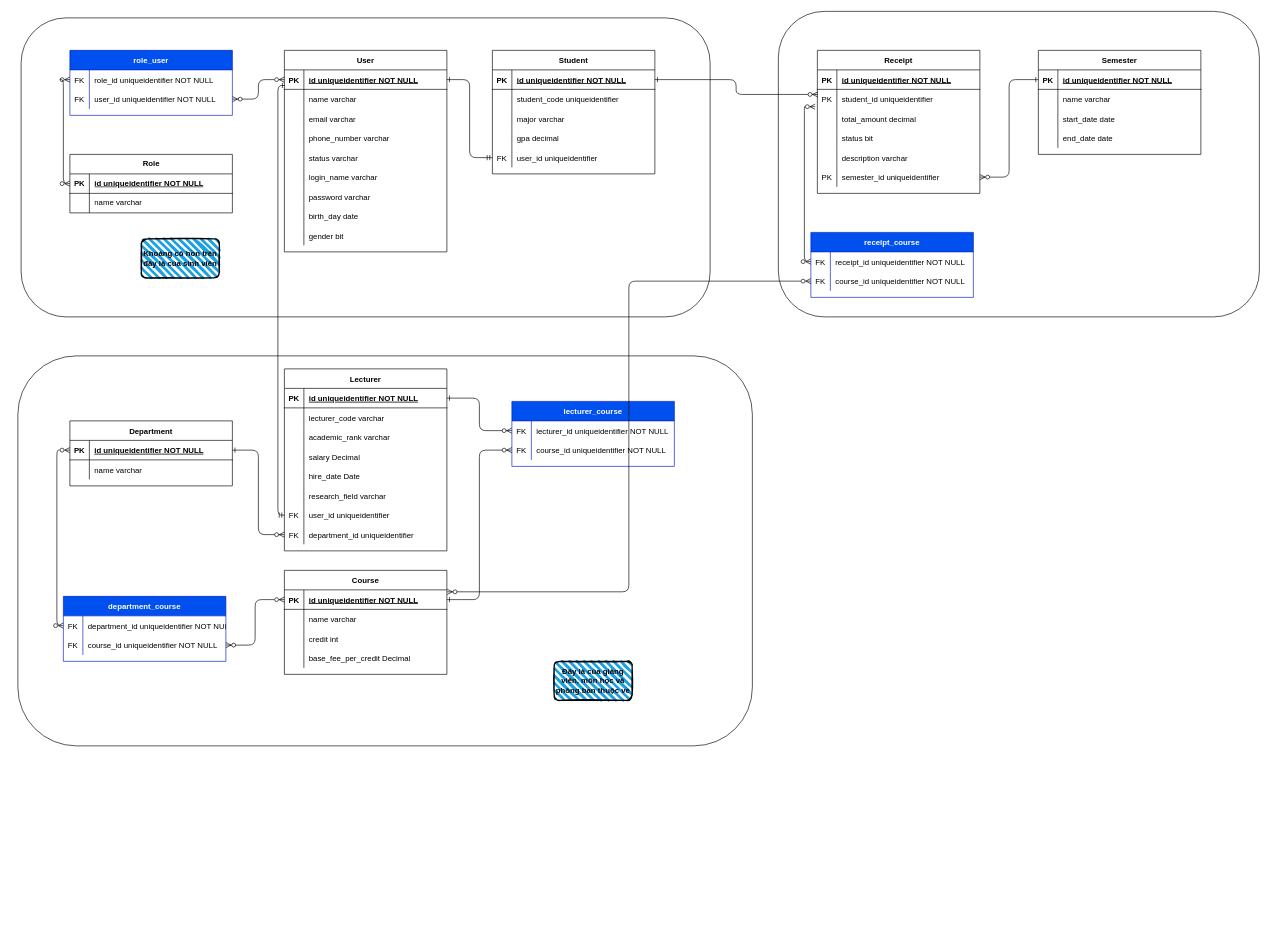
Before: db/analysis.drawio in TronkIshere/Information-Systems-Analysis, a draw.io diagram. Source tidied: cells renumbered, new cells numbered last; positions are measured from the earlier drawing's top-left corner, leaving out a move shared by most shapes. Both pictures are drawn from the tidied source at 65%, with x=0, y=0 at pixel (18, 11).
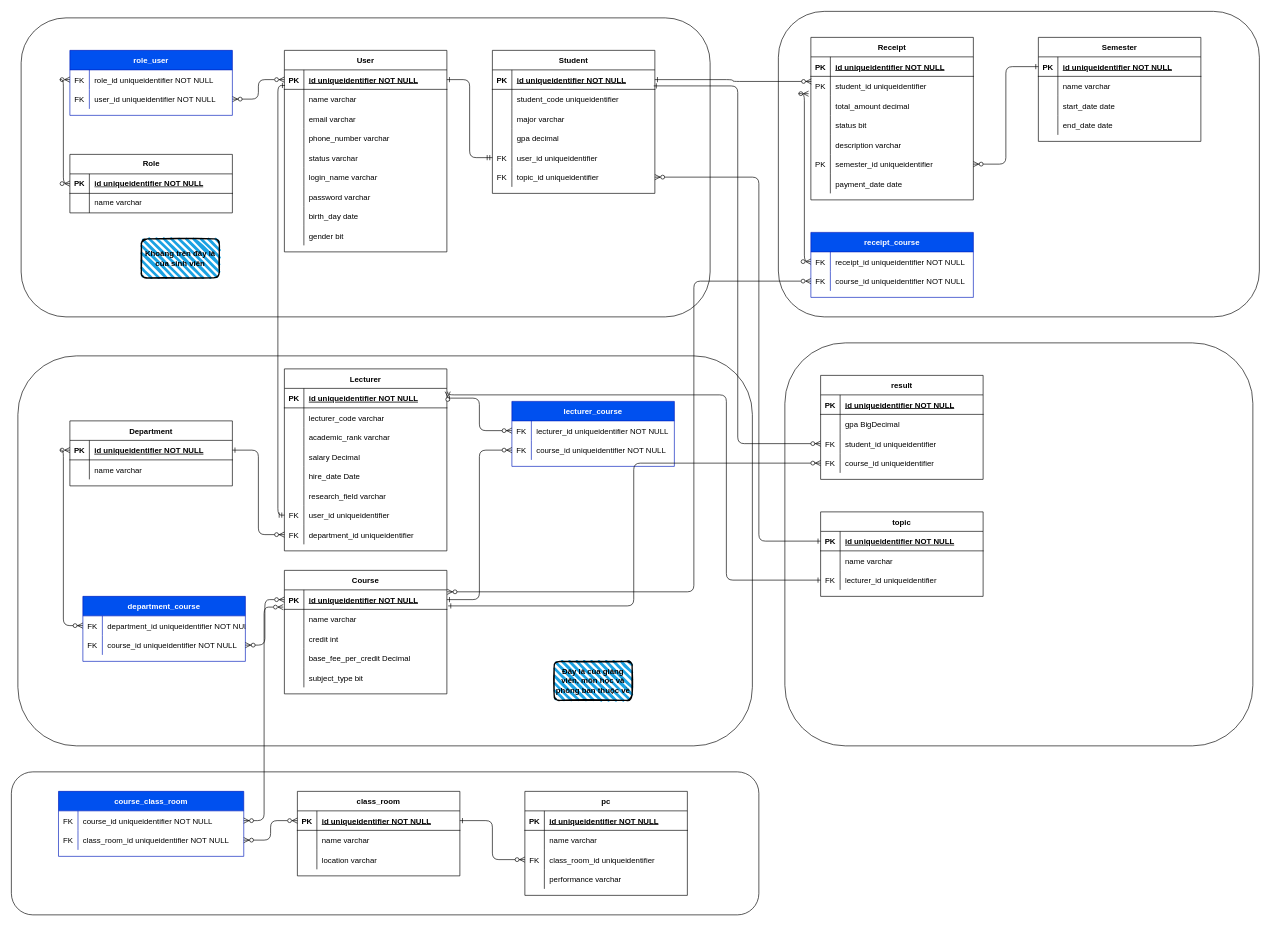
After the change.

Unchanged cells that the change refers to:
```xml
<mxCell id="35" style="shape=partialRectangle;fillColor=none;points=[[0,0.5],[1,0.5]];portConstraint=eastwest;top=0;left=0;right=0;bottom=1;" parent="34" vertex="1">
  <mxGeometry y="30" width="250" height="30" as="geometry" />
</mxCell>
<mxCell id="70" style="shape=partialRectangle;fillColor=none;points=[[0,0.5],[1,0.5]];portConstraint=eastwest;top=0;left=0;right=0;bottom=1;" parent="69" vertex="1">
  <mxGeometry y="30" width="250" height="30" as="geometry" />
</mxCell>
<mxCell id="115" style="shape=partialRectangle;fillColor=none;points=[[0,0.5],[1,0.5]];portConstraint=eastwest;top=0;left=0;right=0;bottom=1;" parent="114" vertex="1">
  <mxGeometry y="30" width="250" height="30" as="geometry" />
</mxCell>
<mxCell id="171" style="shape=tableRow;horizontal=0;startSize=0;swimlaneHead=0;swimlaneBody=0;fillColor=none;points=[[0,0.5],[1,0.5]];portConstraint=eastwest;top=0;left=0;right=0;bottom=0;" parent="167" vertex="1">
  <mxGeometry y="60" width="250" height="30" as="geometry" />
</mxCell>
```

Diff of the diagram source:
```diff
@@
+    <mxCell id="176" style="rounded=1;whiteSpace=wrap;html=1;" parent="1" vertex="1">
+      <mxGeometry x="-10" y="1170" width="1150" height="220" as="geometry" />
+    </mxCell>
+    <mxCell id="177" style="rounded=1;whiteSpace=wrap;html=1;" parent="1" vertex="1">
+      <mxGeometry x="1180" y="510" width="720" height="620" as="geometry" />
+    </mxCell>
@@
     <mxCell id="34" value="Course" style="shape=table;startSize=30;childLayout=tableLayout;rowLines=0;fontStyle=1;align=center;" parent="1" vertex="1">
-      <mxGeometry x="410" y="860" width="250" height="160" as="geometry" />
+      <mxGeometry x="410" y="860" width="250" height="190" as="geometry" />
     </mxCell>
@@
+    <mxCell id="178" style="shape=tableRow;horizontal=0;startSize=0;swimlaneHead=0;swimlaneBody=0;fillColor=none;top=0;left=0;right=0;bottom=0;" parent="34" vertex="1">
+      <mxGeometry y="150" width="250" height="30" as="geometry" />
+    </mxCell>
+    <mxCell id="179" style="shape=partialRectangle;fillColor=none;top=0;left=0;bottom=0;right=0;overflow=hidden;" parent="178" vertex="1">
+      <mxGeometry width="30" height="30" as="geometry" />
+    </mxCell>
+    <mxCell id="180" value="subject_type bit" style="shape=partialRectangle;fillColor=none;top=0;left=0;bottom=0;right=0;align=left;spacingLeft=6;overflow=hidden;" parent="178" vertex="1">
+      <mxGeometry x="30" width="220" height="30" as="geometry" />
+    </mxCell>
@@
     <mxCell id="103" value="department_course" style="shape=table;startSize=30;childLayout=tableLayout;rowLines=0;fontStyle=1;align=center;fillColor=#0050ef;fontColor=#ffffff;strokeColor=#001DBC;" parent="1" vertex="1">
-      <mxGeometry x="70" y="900" width="250" height="100" as="geometry" />
+      <mxGeometry x="100" y="900" width="250" height="100" as="geometry" />
     </mxCell>
@@
     <mxCell id="114" value="Student" style="shape=table;startSize=30;childLayout=tableLayout;rowLines=0;fontStyle=1;align=center;" parent="1" vertex="1">
-      <mxGeometry x="730" y="60" width="250" height="190" as="geometry" />
+      <mxGeometry x="730" y="60" width="250" height="220" as="geometry" />
     </mxCell>
@@
+    <mxCell id="181" style="shape=tableRow;horizontal=0;startSize=0;swimlaneHead=0;swimlaneBody=0;fillColor=none;points=[[0,0.5],[1,0.5]];portConstraint=eastwest;top=0;left=0;right=0;bottom=0;" parent="114" vertex="1">
+      <mxGeometry y="180" width="250" height="30" as="geometry" />
+    </mxCell>
+    <mxCell id="182" value="FK" style="shape=partialRectangle;fillColor=none;top=0;left=0;bottom=0;right=0;overflow=hidden;" parent="181" vertex="1">
+      <mxGeometry width="30" height="30" as="geometry" />
+    </mxCell>
+    <mxCell id="183" value="topic_id uniqueidentifier" style="shape=partialRectangle;fillColor=none;top=0;left=0;bottom=0;right=0;align=left;spacingLeft=6;overflow=hidden;" parent="181" vertex="1">
+      <mxGeometry x="30" width="220" height="30" as="geometry" />
+    </mxCell>
@@
     <mxCell id="131" value="Semester" style="shape=table;startSize=30;childLayout=tableLayout;rowLines=0;fontStyle=1;align=center;" parent="1" vertex="1">
-      <mxGeometry x="1570" y="60" width="250" height="160" as="geometry" />
+      <mxGeometry x="1570" y="40" width="250" height="160" as="geometry" />
     </mxCell>
@@
-    <mxCell id="144" value="&lt;b&gt;Khoảng cô hồn trên đây là của sinh viên&lt;/b&gt;" style="rounded=1;whiteSpace=wrap;html=1;strokeWidth=2;fillWeight=4;hachureGap=8;hachureAngle=45;fillColor=#1ba1e2;sketch=1;" parent="1" vertex="1">
+    <mxCell id="144" value="&lt;b&gt;Khoảng trên đây là của sinh viên&lt;/b&gt;" style="rounded=1;whiteSpace=wrap;html=1;strokeWidth=2;fillWeight=4;hachureGap=8;hachureAngle=45;fillColor=#1ba1e2;sketch=1;" parent="1" vertex="1">
       <mxGeometry x="190" y="350" width="120" height="60" as="geometry" />
     </mxCell>
@@
     <mxCell id="146" value="Receipt" style="shape=table;startSize=30;childLayout=tableLayout;rowLines=0;fontStyle=1;align=center;" parent="1" vertex="1">
-      <mxGeometry x="1230" y="60" width="250" height="220" as="geometry" />
+      <mxGeometry x="1220" y="40" width="250" height="250" as="geometry" />
     </mxCell>
@@
+    <mxCell id="184" style="shape=tableRow;horizontal=0;startSize=0;swimlaneHead=0;swimlaneBody=0;fillColor=none;top=0;left=0;right=0;bottom=0;" parent="146" vertex="1">
+      <mxGeometry y="210" width="250" height="30" as="geometry" />
+    </mxCell>
+    <mxCell id="185" style="shape=partialRectangle;fillColor=none;top=0;left=0;bottom=0;right=0;overflow=hidden;" parent="184" vertex="1">
+      <mxGeometry width="30" height="30" as="geometry" />
+    </mxCell>
+    <mxCell id="186" value="payment_date date" style="shape=partialRectangle;fillColor=none;top=0;left=0;bottom=0;right=0;align=left;spacingLeft=6;overflow=hidden;" parent="184" vertex="1">
+      <mxGeometry x="30" width="220" height="30" as="geometry" />
+    </mxCell>
@@
     <mxCell id="175" style="endArrow=ERzeroToMany;startArrow=ERzeroToMany;endFill=1;startFill=0;edgeStyle=orthogonalEdgeStyle;entryX=1.002;entryY=0.1;entryDx=0;entryDy=0;entryPerimeter=0;" parent="1" edge="1" source="171" target="35">
-      <mxGeometry relative="1" as="geometry" />
+      <mxGeometry relative="1" as="geometry">
+        <Array as="points">
+          <mxPoint x="1040" y="415" />
+          <mxPoint x="1040" y="893" />
+        </Array>
+      </mxGeometry>
     </mxCell>
+    <mxCell id="187" value="result" style="shape=table;startSize=30;childLayout=tableLayout;rowLines=0;fontStyle=1;align=center;" parent="1" vertex="1">
+      <mxGeometry x="1235" y="560" width="250" height="160" as="geometry" />
+    </mxCell>
+    <mxCell id="188" style="shape=partialRectangle;fillColor=none;top=0;left=0;right=0;bottom=1;" parent="187" vertex="1">
+      <mxGeometry y="30" width="250" height="30" as="geometry" />
+    </mxCell>
+    <mxCell id="189" value="PK" style="shape=partialRectangle;overflow=hidden;fillColor=none;top=0;left=0;bottom=0;right=0;fontStyle=1;" parent="188" vertex="1">
+      <mxGeometry width="30" height="30" as="geometry" />
+    </mxCell>
+    <mxCell id="190" value="id uniqueidentifier NOT NULL " style="shape=partialRectangle;overflow=hidden;fillColor=none;top=0;left=0;bottom=0;right=0;align=left;spacingLeft=6;fontStyle=5;" parent="188" vertex="1">
+      <mxGeometry x="30" width="220" height="30" as="geometry" />
+    </mxCell>
+    <mxCell id="191" style="shape=partialRectangle;fillColor=none;top=0;left=0;right=0;bottom=0;" parent="187" vertex="1">
+      <mxGeometry y="60" width="250" height="30" as="geometry" />
+    </mxCell>
+    <mxCell id="192" style="shape=partialRectangle;overflow=hidden;fillColor=none;top=0;left=0;bottom=0;right=0;" parent="191" vertex="1">
+      <mxGeometry width="30" height="30" as="geometry" />
+    </mxCell>
+    <mxCell id="193" value="gpa BigDecimal" style="shape=partialRectangle;overflow=hidden;fillColor=none;top=0;left=0;bottom=0;right=0;align=left;spacingLeft=6;" parent="191" vertex="1">
+      <mxGeometry x="30" width="220" height="30" as="geometry" />
+    </mxCell>
+    <mxCell id="194" style="shape=tableRow;horizontal=0;startSize=0;swimlaneHead=0;swimlaneBody=0;fillColor=none;points=[[0,0.5],[1,0.5]];portConstraint=eastwest;top=0;left=0;right=0;bottom=0;" parent="187" vertex="1">
+      <mxGeometry y="90" width="250" height="30" as="geometry" />
+    </mxCell>
+    <mxCell id="195" value="FK" style="shape=partialRectangle;fillColor=none;top=0;left=0;bottom=0;right=0;overflow=hidden;" parent="194" vertex="1">
+      <mxGeometry width="30" height="30" as="geometry" />
+    </mxCell>
+    <mxCell id="196" value="student_id uniqueidentifier" style="shape=partialRectangle;fillColor=none;top=0;left=0;bottom=0;right=0;align=left;spacingLeft=6;overflow=hidden;" parent="194" vertex="1">
+      <mxGeometry x="30" width="220" height="30" as="geometry" />
+    </mxCell>
+    <mxCell id="197" style="shape=tableRow;horizontal=0;startSize=0;swimlaneHead=0;swimlaneBody=0;fillColor=none;points=[[0,0.5],[1,0.5]];portConstraint=eastwest;top=0;left=0;right=0;bottom=0;" parent="187" vertex="1">
+      <mxGeometry y="120" width="250" height="30" as="geometry" />
+    </mxCell>
+    <mxCell id="198" value="FK" style="shape=partialRectangle;fillColor=none;top=0;left=0;bottom=0;right=0;overflow=hidden;" parent="197" vertex="1">
+      <mxGeometry width="30" height="30" as="geometry" />
+    </mxCell>
+    <mxCell id="199" value="course_id uniqueidentifier" style="shape=partialRectangle;fillColor=none;top=0;left=0;bottom=0;right=0;align=left;spacingLeft=6;overflow=hidden;" parent="197" vertex="1">
+      <mxGeometry x="30" width="220" height="30" as="geometry" />
+    </mxCell>
+    <mxCell id="200" style="endArrow=ERzeroToMany;startArrow=ERone;endFill=1;startFill=0;exitX=0.993;exitY=0.822;exitDx=0;exitDy=0;edgeStyle=orthogonalEdgeStyle;exitPerimeter=0;entryX=0;entryY=0.5;entryDx=0;entryDy=0;" parent="1" edge="1" source="115" target="194">
+      <mxGeometry relative="1" as="geometry" />
+    </mxCell>
+    <mxCell id="201" style="endArrow=ERzeroToMany;startArrow=ERone;endFill=1;startFill=0;exitX=1.008;exitY=0.822;exitDx=0;exitDy=0;edgeStyle=orthogonalEdgeStyle;exitPerimeter=0;entryX=0;entryY=0.5;entryDx=0;entryDy=0;" parent="1" edge="1" source="35" target="197">
+      <mxGeometry relative="1" as="geometry" />
+    </mxCell>
+    <mxCell id="202" value="class_room" style="shape=table;startSize=30;childLayout=tableLayout;rowLines=0;fontStyle=1;align=center;" parent="1" vertex="1">
+      <mxGeometry x="430" y="1200" width="250" height="130" as="geometry" />
+    </mxCell>
+    <mxCell id="203" style="shape=partialRectangle;fillColor=none;points=[[0,0.5],[1,0.5]];portConstraint=eastwest;top=0;left=0;right=0;bottom=1;" parent="202" vertex="1">
+      <mxGeometry y="30" width="250" height="30" as="geometry" />
+    </mxCell>
+    <mxCell id="204" value="PK" style="shape=partialRectangle;overflow=hidden;fillColor=none;top=0;left=0;bottom=0;right=0;fontStyle=1;" parent="203" vertex="1">
+      <mxGeometry width="30" height="30" as="geometry" />
+    </mxCell>
+    <mxCell id="205" value="id uniqueidentifier NOT NULL " style="shape=partialRectangle;overflow=hidden;fillColor=none;top=0;left=0;bottom=0;right=0;align=left;spacingLeft=6;fontStyle=5;" parent="203" vertex="1">
+      <mxGeometry x="30" width="220" height="30" as="geometry" />
+    </mxCell>
+    <mxCell id="206" style="shape=partialRectangle;fillColor=none;top=0;left=0;right=0;bottom=0;" parent="202" vertex="1">
+      <mxGeometry y="60" width="250" height="30" as="geometry" />
+    </mxCell>
+    <mxCell id="207" style="shape=partialRectangle;overflow=hidden;fillColor=none;top=0;left=0;bottom=0;right=0;" parent="206" vertex="1">
+      <mxGeometry width="30" height="30" as="geometry" />
+    </mxCell>
+    <mxCell id="208" value="name varchar" style="shape=partialRectangle;overflow=hidden;fillColor=none;top=0;left=0;bottom=0;right=0;align=left;spacingLeft=6;" parent="206" vertex="1">
+      <mxGeometry x="30" width="220" height="30" as="geometry" />
+    </mxCell>
+    <mxCell id="209" style="shape=tableRow;horizontal=0;startSize=0;swimlaneHead=0;swimlaneBody=0;fillColor=none;top=0;left=0;right=0;bottom=0;" parent="202" vertex="1">
+      <mxGeometry y="90" width="250" height="30" as="geometry" />
+    </mxCell>
+    <mxCell id="210" style="shape=partialRectangle;fillColor=none;top=0;left=0;bottom=0;right=0;overflow=hidden;" parent="209" vertex="1">
+      <mxGeometry width="30" height="30" as="geometry" />
+    </mxCell>
+    <mxCell id="211" value="location varchar" style="shape=partialRectangle;fillColor=none;top=0;left=0;bottom=0;right=0;align=left;spacingLeft=6;overflow=hidden;" parent="209" vertex="1">
+      <mxGeometry x="30" width="220" height="30" as="geometry" />
+    </mxCell>
+    <mxCell id="212" value="pc" style="shape=table;startSize=30;childLayout=tableLayout;rowLines=0;fontStyle=1;align=center;" parent="1" vertex="1">
+      <mxGeometry x="780" y="1200" width="250" height="160" as="geometry" />
+    </mxCell>
+    <mxCell id="213" style="shape=partialRectangle;fillColor=none;top=0;left=0;right=0;bottom=1;" parent="212" vertex="1">
+      <mxGeometry y="30" width="250" height="30" as="geometry" />
+    </mxCell>
+    <mxCell id="214" value="PK" style="shape=partialRectangle;overflow=hidden;fillColor=none;top=0;left=0;bottom=0;right=0;fontStyle=1;" parent="213" vertex="1">
+      <mxGeometry width="30" height="30" as="geometry" />
+    </mxCell>
+    <mxCell id="215" value="id uniqueidentifier NOT NULL " style="shape=partialRectangle;overflow=hidden;fillColor=none;top=0;left=0;bottom=0;right=0;align=left;spacingLeft=6;fontStyle=5;" parent="213" vertex="1">
+      <mxGeometry x="30" width="220" height="30" as="geometry" />
+    </mxCell>
+    <mxCell id="216" style="shape=partialRectangle;fillColor=none;top=0;left=0;right=0;bottom=0;" parent="212" vertex="1">
+      <mxGeometry y="60" width="250" height="30" as="geometry" />
+    </mxCell>
+    <mxCell id="217" style="shape=partialRectangle;overflow=hidden;fillColor=none;top=0;left=0;bottom=0;right=0;" parent="216" vertex="1">
+      <mxGeometry width="30" height="30" as="geometry" />
+    </mxCell>
+    <mxCell id="218" value="name varchar" style="shape=partialRectangle;overflow=hidden;fillColor=none;top=0;left=0;bottom=0;right=0;align=left;spacingLeft=6;" parent="216" vertex="1">
+      <mxGeometry x="30" width="220" height="30" as="geometry" />
+    </mxCell>
+    <mxCell id="219" style="shape=tableRow;horizontal=0;startSize=0;swimlaneHead=0;swimlaneBody=0;fillColor=none;points=[[0,0.5],[1,0.5]];portConstraint=eastwest;top=0;left=0;right=0;bottom=0;" parent="212" vertex="1">
+      <mxGeometry y="90" width="250" height="30" as="geometry" />
+    </mxCell>
+    <mxCell id="220" value="FK" style="shape=partialRectangle;fillColor=none;top=0;left=0;bottom=0;right=0;overflow=hidden;" parent="219" vertex="1">
+      <mxGeometry width="30" height="30" as="geometry" />
+    </mxCell>
+    <mxCell id="221" value="class_room_id uniqueidentifier" style="shape=partialRectangle;fillColor=none;top=0;left=0;bottom=0;right=0;align=left;spacingLeft=6;overflow=hidden;" parent="219" vertex="1">
+      <mxGeometry x="30" width="220" height="30" as="geometry" />
+    </mxCell>
+    <mxCell id="222" style="shape=tableRow;horizontal=0;startSize=0;swimlaneHead=0;swimlaneBody=0;fillColor=none;top=0;left=0;right=0;bottom=0;" parent="212" vertex="1">
+      <mxGeometry y="120" width="250" height="30" as="geometry" />
+    </mxCell>
+    <mxCell id="223" style="shape=partialRectangle;fillColor=none;top=0;left=0;bottom=0;right=0;overflow=hidden;" parent="222" vertex="1">
+      <mxGeometry width="30" height="30" as="geometry" />
+    </mxCell>
+    <mxCell id="224" value="performance varchar" style="shape=partialRectangle;fillColor=none;top=0;left=0;bottom=0;right=0;align=left;spacingLeft=6;overflow=hidden;" parent="222" vertex="1">
+      <mxGeometry x="30" width="220" height="30" as="geometry" />
+    </mxCell>
+    <mxCell id="225" style="endArrow=ERzeroToMany;startArrow=ERone;endFill=1;startFill=0;exitX=1;exitY=0.5;exitDx=0;exitDy=0;edgeStyle=orthogonalEdgeStyle;entryX=0;entryY=0.5;entryDx=0;entryDy=0;" parent="1" edge="1" source="203" target="219">
+      <mxGeometry relative="1" as="geometry" />
+    </mxCell>
+    <mxCell id="226" value="course_class_room" style="shape=table;startSize=30;childLayout=tableLayout;rowLines=0;fontStyle=1;align=center;fillColor=#0050ef;fontColor=#ffffff;strokeColor=#001DBC;" parent="1" vertex="1">
+      <mxGeometry x="62.5" y="1200" width="285" height="100" as="geometry" />
+    </mxCell>
+    <mxCell id="227" style="shape=tableRow;horizontal=0;startSize=0;swimlaneHead=0;swimlaneBody=0;fillColor=none;points=[[0,0.5],[1,0.5]];portConstraint=eastwest;top=0;left=0;right=0;bottom=0;" parent="226" vertex="1">
+      <mxGeometry y="30" width="285" height="30" as="geometry" />
+    </mxCell>
+    <mxCell id="228" value="FK" style="shape=partialRectangle;fillColor=none;top=0;left=0;bottom=0;right=0;overflow=hidden;fontStyle=0;" parent="227" vertex="1">
+      <mxGeometry width="30" height="30" as="geometry" />
+    </mxCell>
+    <mxCell id="229" value="course_id uniqueidentifier NOT NULL" style="shape=partialRectangle;fillColor=none;top=0;left=0;bottom=0;right=0;align=left;spacingLeft=6;overflow=hidden;fontStyle=0;" parent="227" vertex="1">
+      <mxGeometry x="30" width="255" height="30" as="geometry" />
+    </mxCell>
+    <mxCell id="230" style="shape=tableRow;horizontal=0;startSize=0;swimlaneHead=0;swimlaneBody=0;fillColor=none;points=[[0,0.5],[1,0.5]];portConstraint=eastwest;top=0;left=0;right=0;bottom=0;" parent="226" vertex="1">
+      <mxGeometry y="60" width="285" height="30" as="geometry" />
+    </mxCell>
+    <mxCell id="231" value="FK" style="shape=partialRectangle;fillColor=none;top=0;left=0;bottom=0;right=0;overflow=hidden;" parent="230" vertex="1">
+      <mxGeometry width="30" height="30" as="geometry" />
+    </mxCell>
+    <mxCell id="232" value="class_room_id uniqueidentifier NOT NULL" style="shape=partialRectangle;fillColor=none;top=0;left=0;bottom=0;right=0;align=left;spacingLeft=6;overflow=hidden;" parent="230" vertex="1">
+      <mxGeometry x="30" width="255" height="30" as="geometry" />
+    </mxCell>
+    <mxCell id="233" style="endArrow=ERzeroToMany;startArrow=ERzeroToMany;endFill=1;startFill=0;edgeStyle=orthogonalEdgeStyle;entryX=1;entryY=0.5;entryDx=0;entryDy=0;exitX=-0.007;exitY=0.883;exitDx=0;exitDy=0;exitPerimeter=0;" parent="1" edge="1" source="35" target="227">
+      <mxGeometry relative="1" as="geometry" />
+    </mxCell>
+    <mxCell id="234" style="endArrow=ERzeroToMany;startArrow=ERzeroToMany;endFill=1;startFill=0;edgeStyle=orthogonalEdgeStyle;entryX=1;entryY=0.5;entryDx=0;entryDy=0;exitX=0;exitY=0.5;exitDx=0;exitDy=0;" parent="1" edge="1" source="203" target="230">
+      <mxGeometry relative="1" as="geometry" />
+    </mxCell>
+    <mxCell id="235" value="topic" style="shape=table;startSize=30;childLayout=tableLayout;rowLines=0;fontStyle=1;align=center;" parent="1" vertex="1">
+      <mxGeometry x="1235" y="770" width="250" height="130" as="geometry" />
+    </mxCell>
+    <mxCell id="236" style="shape=partialRectangle;fillColor=none;points=[[0,0.5],[1,0.5]];portConstraint=eastwest;top=0;left=0;right=0;bottom=1;" parent="235" vertex="1">
+      <mxGeometry y="30" width="250" height="30" as="geometry" />
+    </mxCell>
+    <mxCell id="237" value="PK" style="shape=partialRectangle;overflow=hidden;fillColor=none;top=0;left=0;bottom=0;right=0;fontStyle=1;" parent="236" vertex="1">
+      <mxGeometry width="30" height="30" as="geometry" />
+    </mxCell>
+    <mxCell id="238" value="id uniqueidentifier NOT NULL " style="shape=partialRectangle;overflow=hidden;fillColor=none;top=0;left=0;bottom=0;right=0;align=left;spacingLeft=6;fontStyle=5;" parent="236" vertex="1">
+      <mxGeometry x="30" width="220" height="30" as="geometry" />
+    </mxCell>
+    <mxCell id="239" style="shape=partialRectangle;fillColor=none;top=0;left=0;right=0;bottom=0;" parent="235" vertex="1">
+      <mxGeometry y="60" width="250" height="30" as="geometry" />
+    </mxCell>
+    <mxCell id="240" style="shape=partialRectangle;overflow=hidden;fillColor=none;top=0;left=0;bottom=0;right=0;" parent="239" vertex="1">
+      <mxGeometry width="30" height="30" as="geometry" />
+    </mxCell>
+    <mxCell id="241" value="name varchar" style="shape=partialRectangle;overflow=hidden;fillColor=none;top=0;left=0;bottom=0;right=0;align=left;spacingLeft=6;" parent="239" vertex="1">
+      <mxGeometry x="30" width="220" height="30" as="geometry" />
+    </mxCell>
+    <mxCell id="242" style="shape=tableRow;horizontal=0;startSize=0;swimlaneHead=0;swimlaneBody=0;fillColor=none;points=[[0,0.5],[1,0.5]];portConstraint=eastwest;top=0;left=0;right=0;bottom=0;" parent="235" vertex="1">
+      <mxGeometry y="90" width="250" height="30" as="geometry" />
+    </mxCell>
+    <mxCell id="243" value="FK" style="shape=partialRectangle;fillColor=none;top=0;left=0;bottom=0;right=0;overflow=hidden;" parent="242" vertex="1">
+      <mxGeometry width="30" height="30" as="geometry" />
+    </mxCell>
+    <mxCell id="244" value="lecturer_id uniqueidentifier" style="shape=partialRectangle;fillColor=none;top=0;left=0;bottom=0;right=0;align=left;spacingLeft=6;overflow=hidden;" parent="242" vertex="1">
+      <mxGeometry x="30" width="220" height="30" as="geometry" />
+    </mxCell>
+    <mxCell id="245" style="endArrow=ERzeroToMany;startArrow=ERone;endFill=1;startFill=0;edgeStyle=orthogonalEdgeStyle;entryX=1;entryY=0.5;entryDx=0;entryDy=0;exitX=0;exitY=0.5;exitDx=0;exitDy=0;" parent="1" edge="1" source="236" target="181">
+      <mxGeometry relative="1" as="geometry">
+        <Array as="points">
+          <mxPoint x="1140" y="815" />
+          <mxPoint x="1140" y="255" />
+        </Array>
+      </mxGeometry>
+    </mxCell>
+    <mxCell id="246" style="endArrow=ERzeroToMany;startArrow=ERone;endFill=1;startFill=0;edgeStyle=orthogonalEdgeStyle;entryX=1.005;entryY=0.167;entryDx=0;entryDy=0;exitX=0;exitY=0.5;exitDx=0;exitDy=0;entryPerimeter=0;" parent="1" edge="1" source="242" target="70">
+      <mxGeometry relative="1" as="geometry">
+        <Array as="points">
+          <mxPoint x="1090" y="875" />
+          <mxPoint x="1090" y="590" />
+          <mxPoint x="661" y="590" />
+        </Array>
+      </mxGeometry>
+    </mxCell>
```
